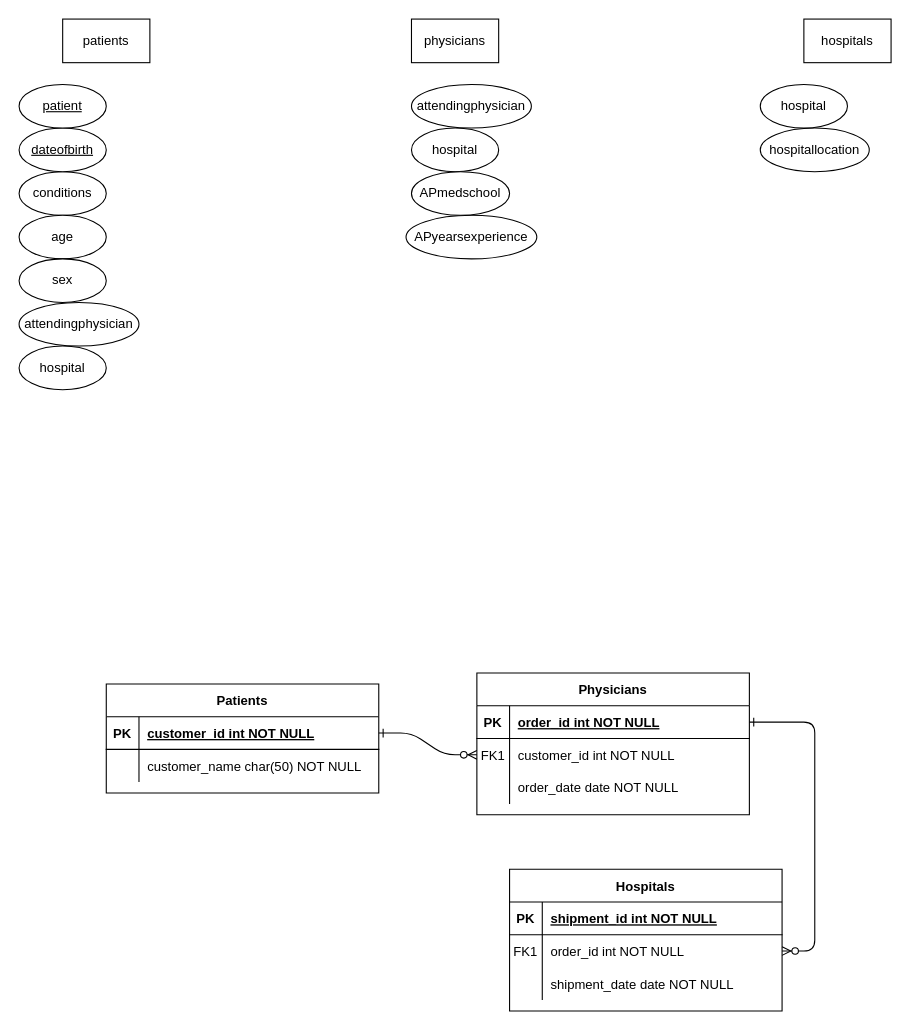
jacquiunciano/pywork-MSDS keeps this draw.io diagram as healthcare_ERDiagram.drawio. Above is the earlier version. Source tidied: cells renumbered, new cells numbered last; positions are measured from the earlier drawing's top-left corner, leaving out a move shared by most shapes. Both pictures are drawn from the tidied source at 109%, with x=0, y=0 at pixel (19, 19).
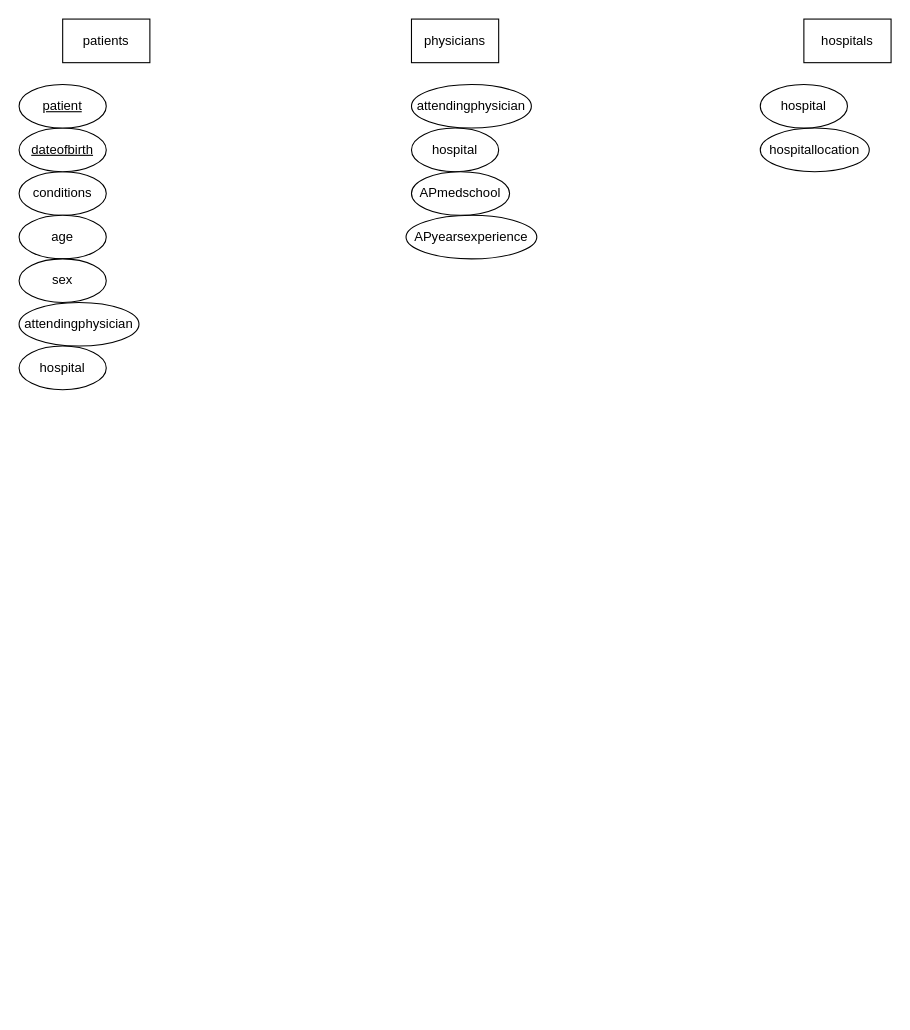
Above is the later version.

Diff of the diagram source:
```diff
@@
-    <mxCell id="2" style="edgeStyle=entityRelationEdgeStyle;endArrow=ERzeroToMany;startArrow=ERone;endFill=1;startFill=0;" parent="1" edge="1" source="25" target="8">
-      <mxGeometry relative="1" as="geometry" />
-    </mxCell>
-    <mxCell id="3" style="edgeStyle=entityRelationEdgeStyle;endArrow=ERzeroToMany;startArrow=ERone;endFill=1;startFill=0;" parent="1" edge="1" source="5" target="18">
-      <mxGeometry relative="1" as="geometry" />
-    </mxCell>
-    <mxCell id="4" value="Physicians" style="shape=table;startSize=30;childLayout=tableLayout;rowLines=0;fontStyle=1;align=center;" parent="1" vertex="1">
-      <mxGeometry x="420" y="600" width="250" height="130" as="geometry" />
-    </mxCell>
-    <mxCell id="5" style="shape=partialRectangle;fillColor=none;points=[[0,0.5],[1,0.5]];portConstraint=eastwest;top=0;left=0;right=0;bottom=1;" parent="4" vertex="1">
-      <mxGeometry y="30" width="250" height="30" as="geometry" />
-    </mxCell>
-    <mxCell id="6" value="PK" style="shape=partialRectangle;overflow=hidden;fillColor=none;top=0;left=0;bottom=0;right=0;fontStyle=1;" parent="5" vertex="1">
-      <mxGeometry width="30" height="30" as="geometry" />
-    </mxCell>
-    <mxCell id="7" value="order_id int NOT NULL " style="shape=partialRectangle;overflow=hidden;fillColor=none;top=0;left=0;bottom=0;right=0;align=left;spacingLeft=6;fontStyle=5;" parent="5" vertex="1">
-      <mxGeometry x="30" width="220" height="30" as="geometry" />
-    </mxCell>
-    <mxCell id="8" style="shape=partialRectangle;fillColor=none;points=[[0,0.5],[1,0.5]];portConstraint=eastwest;top=0;left=0;right=0;bottom=0;" parent="4" vertex="1">
-      <mxGeometry y="60" width="250" height="30" as="geometry" />
-    </mxCell>
-    <mxCell id="9" value="FK1" style="shape=partialRectangle;overflow=hidden;fillColor=none;top=0;left=0;bottom=0;right=0;" parent="8" vertex="1">
-      <mxGeometry width="30" height="30" as="geometry" />
-    </mxCell>
-    <mxCell id="10" value="customer_id int NOT NULL" style="shape=partialRectangle;overflow=hidden;fillColor=none;top=0;left=0;bottom=0;right=0;align=left;spacingLeft=6;" parent="8" vertex="1">
-      <mxGeometry x="30" width="220" height="30" as="geometry" />
-    </mxCell>
-    <mxCell id="11" style="shape=partialRectangle;fillColor=none;top=0;left=0;right=0;bottom=0;" parent="4" vertex="1">
-      <mxGeometry y="90" width="250" height="30" as="geometry" />
-    </mxCell>
-    <mxCell id="12" style="shape=partialRectangle;overflow=hidden;fillColor=none;top=0;left=0;bottom=0;right=0;" parent="11" vertex="1">
-      <mxGeometry width="30" height="30" as="geometry" />
-    </mxCell>
-    <mxCell id="13" value="order_date date NOT NULL" style="shape=partialRectangle;overflow=hidden;fillColor=none;top=0;left=0;bottom=0;right=0;align=left;spacingLeft=6;" parent="11" vertex="1">
-      <mxGeometry x="30" width="220" height="30" as="geometry" />
-    </mxCell>
-    <mxCell id="14" value="Hospitals" style="shape=table;startSize=30;childLayout=tableLayout;rowLines=0;fontStyle=1;align=center;" parent="1" vertex="1">
-      <mxGeometry x="450" y="780" width="250" height="130" as="geometry" />
-    </mxCell>
-    <mxCell id="15" style="shape=partialRectangle;fillColor=none;top=0;left=0;right=0;bottom=1;" parent="14" vertex="1">
-      <mxGeometry y="30" width="250" height="30" as="geometry" />
-    </mxCell>
-    <mxCell id="16" value="PK" style="shape=partialRectangle;overflow=hidden;fillColor=none;top=0;left=0;bottom=0;right=0;fontStyle=1;" parent="15" vertex="1">
-      <mxGeometry width="30" height="30" as="geometry" />
-    </mxCell>
-    <mxCell id="17" value="shipment_id int NOT NULL " style="shape=partialRectangle;overflow=hidden;fillColor=none;top=0;left=0;bottom=0;right=0;align=left;spacingLeft=6;fontStyle=5;" parent="15" vertex="1">
-      <mxGeometry x="30" width="220" height="30" as="geometry" />
-    </mxCell>
-    <mxCell id="18" style="shape=partialRectangle;fillColor=none;points=[[0,0.5],[1,0.5]];portConstraint=eastwest;top=0;left=0;right=0;bottom=0;" parent="14" vertex="1">
-      <mxGeometry y="60" width="250" height="30" as="geometry" />
-    </mxCell>
-    <mxCell id="19" value="FK1" style="shape=partialRectangle;overflow=hidden;fillColor=none;top=0;left=0;bottom=0;right=0;" parent="18" vertex="1">
-      <mxGeometry width="30" height="30" as="geometry" />
-    </mxCell>
-    <mxCell id="20" value="order_id int NOT NULL" style="shape=partialRectangle;overflow=hidden;fillColor=none;top=0;left=0;bottom=0;right=0;align=left;spacingLeft=6;" parent="18" vertex="1">
-      <mxGeometry x="30" width="220" height="30" as="geometry" />
-    </mxCell>
-    <mxCell id="21" style="shape=partialRectangle;fillColor=none;top=0;left=0;right=0;bottom=0;" parent="14" vertex="1">
-      <mxGeometry y="90" width="250" height="30" as="geometry" />
-    </mxCell>
-    <mxCell id="22" style="shape=partialRectangle;overflow=hidden;fillColor=none;top=0;left=0;bottom=0;right=0;" parent="21" vertex="1">
-      <mxGeometry width="30" height="30" as="geometry" />
-    </mxCell>
-    <mxCell id="23" value="shipment_date date NOT NULL" style="shape=partialRectangle;overflow=hidden;fillColor=none;top=0;left=0;bottom=0;right=0;align=left;spacingLeft=6;" parent="21" vertex="1">
-      <mxGeometry x="30" width="220" height="30" as="geometry" />
-    </mxCell>
-    <mxCell id="24" value="Patients" style="shape=table;startSize=30;childLayout=tableLayout;rowLines=0;fontStyle=1;align=center;" parent="1" vertex="1">
-      <mxGeometry x="80" y="610" width="250" height="100" as="geometry" />
-    </mxCell>
-    <mxCell id="25" style="shape=partialRectangle;fillColor=none;points=[[0,0.5],[1,0.5]];portConstraint=eastwest;top=0;left=0;right=0;bottom=1;" parent="24" vertex="1">
-      <mxGeometry y="30" width="250" height="30" as="geometry" />
-    </mxCell>
-    <mxCell id="26" value="PK" style="shape=partialRectangle;overflow=hidden;fillColor=none;top=0;left=0;bottom=0;right=0;fontStyle=1;" parent="25" vertex="1">
-      <mxGeometry width="30" height="30" as="geometry" />
-    </mxCell>
-    <mxCell id="27" value="customer_id int NOT NULL " style="shape=partialRectangle;overflow=hidden;fillColor=none;top=0;left=0;bottom=0;right=0;align=left;spacingLeft=6;fontStyle=5;" parent="25" vertex="1">
-      <mxGeometry x="30" width="220" height="30" as="geometry" />
-    </mxCell>
-    <mxCell id="28" style="shape=partialRectangle;fillColor=none;top=0;left=0;right=0;bottom=0;" parent="24" vertex="1">
-      <mxGeometry y="60" width="250" height="30" as="geometry" />
-    </mxCell>
-    <mxCell id="29" style="shape=partialRectangle;overflow=hidden;fillColor=none;top=0;left=0;bottom=0;right=0;" parent="28" vertex="1">
-      <mxGeometry width="30" height="30" as="geometry" />
-    </mxCell>
-    <mxCell id="30" value="customer_name char(50) NOT NULL" style="shape=partialRectangle;overflow=hidden;fillColor=none;top=0;left=0;bottom=0;right=0;align=left;spacingLeft=6;" parent="28" vertex="1">
-      <mxGeometry x="30" width="220" height="30" as="geometry" />
-    </mxCell>
```
